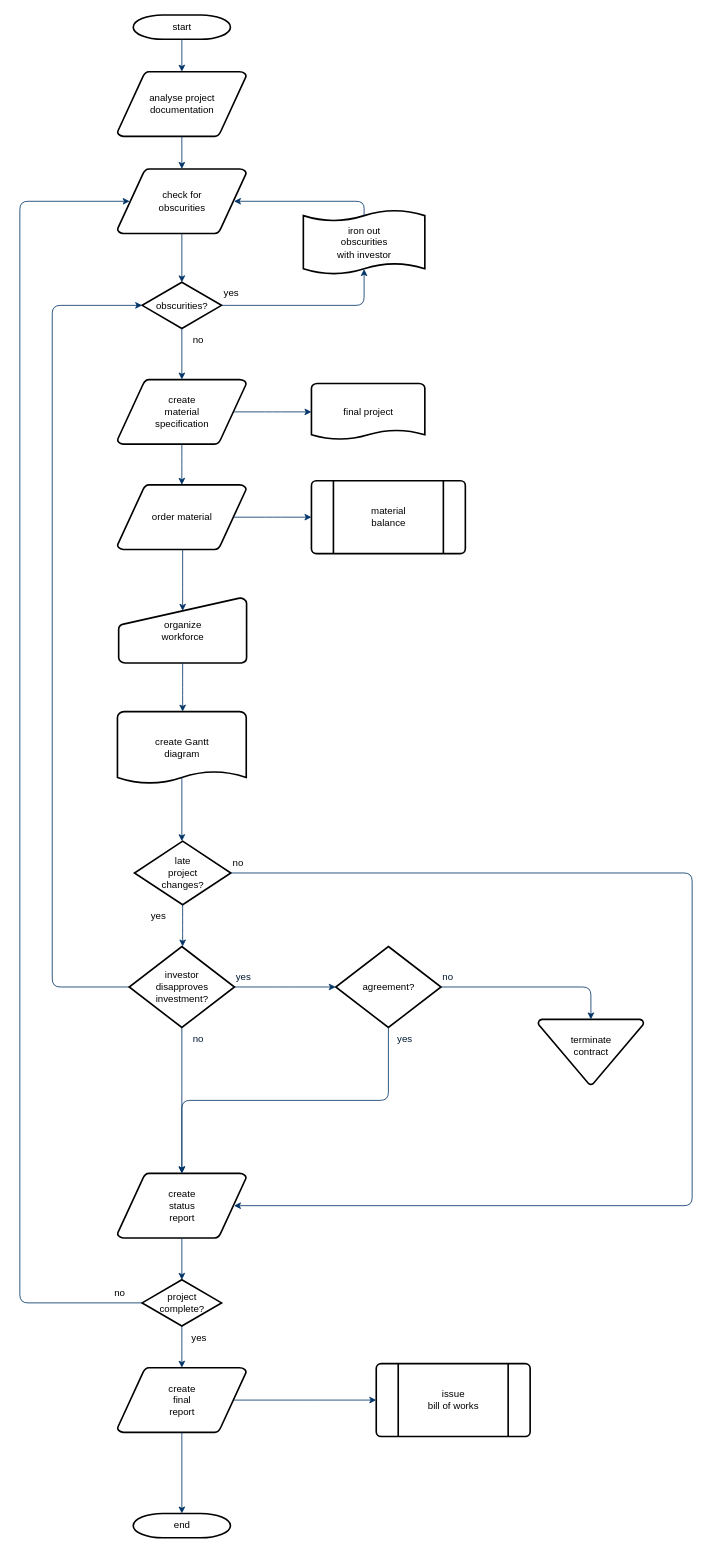
Before: Untitled Diagram.drawio in ChrisMachinjiri/ChrisMachinjiri, a draw.io diagram. Source tidied: cells renumbered, new cells numbered last; positions are measured from the earlier drawing's top-left corner, leaving out a move shared by most shapes. Both pictures are drawn from the tidied source at 81%, with x=0, y=0 at pixel (19, 15).
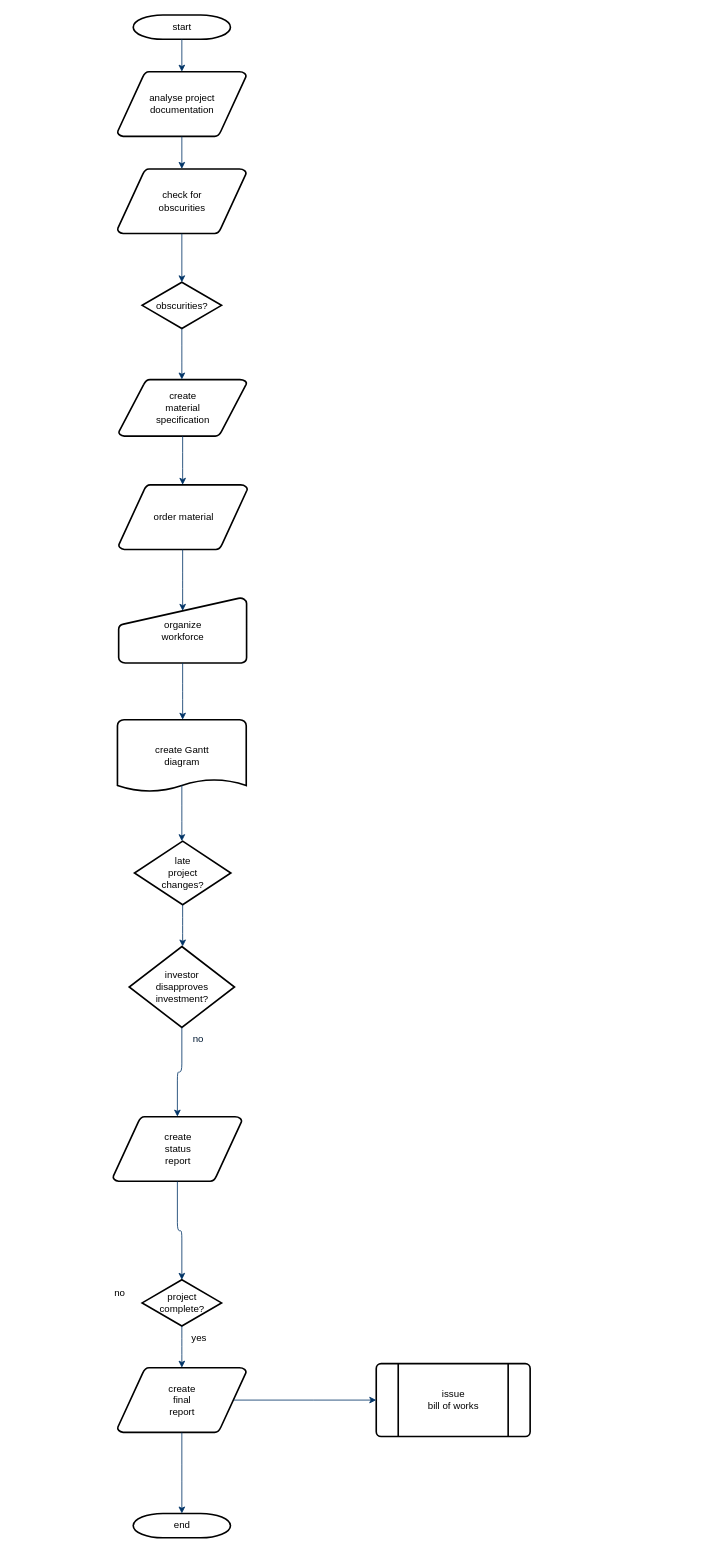
After the change.

Unchanged cells that the change refers to:
```xml
<mxCell id="5" value="check for&#10;obscurities" style="shape=mxgraph.flowchart.data;strokeWidth=2;gradientColor=none;gradientDirection=north;fontStyle=0;html=1;" parent="1" vertex="1">
  <mxGeometry x="120.5" y="190" width="159" height="80" as="geometry" />
</mxCell>
<mxCell id="6" value="obscurities?" style="shape=mxgraph.flowchart.decision;strokeWidth=2;gradientColor=none;gradientDirection=north;fontStyle=0;html=1;" parent="1" vertex="1">
  <mxGeometry x="151" y="330" width="98" height="57" as="geometry" />
</mxCell>
<mxCell id="24" value="late&#10;project&#10;changes?" style="shape=mxgraph.flowchart.decision;strokeWidth=2;gradientColor=none;gradientDirection=north;fontStyle=0;html=1;" parent="1" vertex="1">
  <mxGeometry x="141.5" y="1020" width="119" height="78.5" as="geometry" />
</mxCell>
<mxCell id="28" value="investor&#10;disapproves&#10; investment?" style="shape=mxgraph.flowchart.decision;strokeWidth=2;gradientColor=none;gradientDirection=north;fontStyle=0;html=1;" parent="1" vertex="1">
  <mxGeometry x="135" y="1150" width="130" height="100" as="geometry" />
</mxCell>
<mxCell id="37" value="project&#10;complete?" style="shape=mxgraph.flowchart.decision;strokeWidth=2;gradientColor=none;gradientDirection=north;fontStyle=0;html=1;" parent="1" vertex="1">
  <mxGeometry x="151" y="1561.5" width="98" height="57" as="geometry" />
</mxCell>
```

Change to the diagram source:
```diff
@@
     <mxCell id="4" value="create&#10;material&#10;specification" style="shape=mxgraph.flowchart.data;strokeWidth=2;gradientColor=none;gradientDirection=north;fontStyle=0;html=1;" parent="1" vertex="1">
-      <mxGeometry x="120.5" y="450" width="159" height="80" as="geometry" />
+      <mxGeometry x="122" y="450" width="158" height="70" as="geometry" />
     </mxCell>
@@
-    <mxCell id="10" style="edgeStyle=elbowEdgeStyle;elbow=horizontal;entryX=0.5;entryY=0.91;entryPerimeter=0;exitX=1;exitY=0.5;exitPerimeter=0;fontStyle=1;strokeColor=#003366;strokeWidth=1;html=1;" parent="1" edge="1" source="6" target="51">
-      <mxGeometry x="381" y="28.5" as="geometry">
-        <Array as="points">
-          <mxPoint x="425" y="340" />
-        </Array>
-      </mxGeometry>
-    </mxCell>
-    <mxCell id="11" value="yes" style="text;fontStyle=0;html=1;strokeColor=none;gradientColor=none;fillColor=none;strokeWidth=2;" parent="1" vertex="1">
-      <mxGeometry x="250" y="330" width="40" height="26" as="geometry" />
-    </mxCell>
@@
     <mxCell id="13" value="order material" style="shape=mxgraph.flowchart.data;strokeWidth=2;gradientColor=none;gradientDirection=north;fontStyle=0;html=1;" parent="1" vertex="1">
-      <mxGeometry x="120.5" y="580" width="159" height="80" as="geometry" />
+      <mxGeometry x="122" y="580" width="159" height="80" as="geometry" />
     </mxCell>
-    <mxCell id="14" value="no" style="text;fontStyle=0;html=1;strokeColor=none;gradientColor=none;fillColor=none;strokeWidth=2;align=center;" parent="1" vertex="1">
-      <mxGeometry x="200" y="387" width="40" height="26" as="geometry" />
-    </mxCell>
-    <mxCell id="15" value="final project" style="shape=mxgraph.flowchart.document;strokeWidth=2;gradientColor=none;gradientDirection=north;fontStyle=0;html=1;" parent="1" vertex="1">
-      <mxGeometry x="360" y="455" width="140" height="70" as="geometry" />
-    </mxCell>
-    <mxCell id="16" style="edgeStyle=elbowEdgeStyle;elbow=horizontal;exitX=0.905;exitY=0.5;exitPerimeter=0;fontStyle=1;strokeColor=#003366;strokeWidth=1;html=1;" parent="1" edge="1" source="4" target="15">
-      <mxGeometry as="geometry" />
-    </mxCell>
@@
-    <mxCell id="18" value="material&#10;balance" style="shape=mxgraph.flowchart.predefined_process;strokeWidth=2;gradientColor=none;gradientDirection=north;fontStyle=0;html=1;" parent="1" vertex="1">
-      <mxGeometry x="360" y="575" width="190" height="90" as="geometry" />
-    </mxCell>
-    <mxCell id="19" style="edgeStyle=elbowEdgeStyle;elbow=horizontal;exitX=0.905;exitY=0.5;exitPerimeter=0;fontStyle=1;strokeColor=#003366;strokeWidth=1;html=1;" parent="1" edge="1" source="13" target="18">
-      <mxGeometry as="geometry" />
-    </mxCell>
@@
     <mxCell id="22" value="create Gantt&#10;diagram" style="shape=mxgraph.flowchart.document;strokeWidth=2;gradientColor=none;gradientDirection=north;fontStyle=0;html=1;" parent="1" vertex="1">
-      <mxGeometry x="120.5" y="860" width="159" height="90" as="geometry" />
+      <mxGeometry x="120.5" y="870" width="159" height="90" as="geometry" />
     </mxCell>
@@
-    <mxCell id="26" style="edgeStyle=elbowEdgeStyle;elbow=horizontal;exitX=0;exitY=0.5;exitPerimeter=0;entryX=0;entryY=0.5;entryPerimeter=0;fontStyle=1;strokeColor=#003366;strokeWidth=1;html=1;" parent="1" edge="1" source="28" target="6">
-      <mxGeometry as="geometry">
-        <Array as="points">
-          <mxPoint x="40" y="790" />
-        </Array>
-      </mxGeometry>
-    </mxCell>
-    <mxCell id="27" value="yes" style="text;fontStyle=0;html=1;strokeColor=none;gradientColor=none;fillColor=none;strokeWidth=2;" parent="1" vertex="1">
-      <mxGeometry x="160" y="1098.5" width="40" height="26" as="geometry" />
-    </mxCell>
@@
-    <mxCell id="29" value="agreement?" style="shape=mxgraph.flowchart.decision;strokeWidth=2;gradientColor=none;gradientDirection=north;fontStyle=0;html=1;" parent="1" vertex="1">
-      <mxGeometry x="390" y="1150" width="130" height="100" as="geometry" />
-    </mxCell>
@@
-    <mxCell id="31" style="edgeStyle=elbowEdgeStyle;elbow=horizontal;exitX=1;exitY=0.5;exitPerimeter=0;entryX=0;entryY=0.5;entryPerimeter=0;fontStyle=1;strokeColor=#003366;strokeWidth=1;html=1;" parent="1" edge="1" source="28" target="29">
-      <mxGeometry as="geometry" />
-    </mxCell>
-    <mxCell id="32" value="terminate&#10;contract&#10;" style="shape=mxgraph.flowchart.merge_or_storage;strokeWidth=2;gradientColor=none;gradientDirection=north;fontStyle=0;html=1;" parent="1" vertex="1">
-      <mxGeometry x="640" y="1240" width="130" height="80.5" as="geometry" />
-    </mxCell>
-    <mxCell id="33" style="edgeStyle=elbowEdgeStyle;elbow=vertical;exitX=1;exitY=0.5;exitPerimeter=0;entryX=0.5;entryY=0;entryPerimeter=0;fontStyle=1;strokeColor=#003366;strokeWidth=1;html=1;" parent="1" edge="1" source="29" target="32">
-      <mxGeometry as="geometry">
-        <Array as="points">
-          <mxPoint x="620" y="1200" />
-        </Array>
-      </mxGeometry>
-    </mxCell>
     <mxCell id="34" value="create&#10;status&#10;report" style="shape=mxgraph.flowchart.data;strokeWidth=2;gradientColor=none;gradientDirection=north;fontStyle=0;html=1;" parent="1" vertex="1">
-      <mxGeometry x="120.5" y="1430" width="159" height="80" as="geometry" />
+      <mxGeometry x="115" y="1360" width="159" height="80" as="geometry" />
     </mxCell>
@@
-    <mxCell id="36" style="edgeStyle=elbowEdgeStyle;elbow=vertical;exitX=0.5;exitY=1;exitPerimeter=0;entryX=0.5;entryY=0;entryPerimeter=0;fontStyle=1;strokeColor=#003366;strokeWidth=1;html=1;" parent="1" edge="1" source="29" target="34">
-      <mxGeometry as="geometry" />
-    </mxCell>
@@
-    <mxCell id="45" style="edgeStyle=elbowEdgeStyle;elbow=horizontal;exitX=1;exitY=0.5;exitPerimeter=0;entryX=0.905;entryY=0.5;entryPerimeter=0;fontStyle=1;strokeColor=#003366;strokeWidth=1;html=1;" parent="1" edge="1" source="24" target="34">
-      <mxGeometry as="geometry">
-        <Array as="points">
-          <mxPoint x="830" y="1260" />
-        </Array>
-      </mxGeometry>
-    </mxCell>
-    <mxCell id="46" value="no" style="text;fontStyle=0;html=1;strokeColor=none;gradientColor=none;fillColor=none;strokeWidth=2;" parent="1" vertex="1">
-      <mxGeometry x="260.5" y="1033.2" width="40" height="26" as="geometry" />
-    </mxCell>
-    <mxCell id="47" value="yes" style="text;fontColor=#001933;fontStyle=0;html=1;strokeColor=none;gradientColor=none;fillColor=none;strokeWidth=2;" parent="1" vertex="1">
-      <mxGeometry x="265" y="1174" width="40" height="26" as="geometry" />
-    </mxCell>
@@
-    <mxCell id="49" value="yes" style="text;fontColor=#001933;fontStyle=0;html=1;strokeColor=none;gradientColor=none;fillColor=none;strokeWidth=2;align=center;" parent="1" vertex="1">
-      <mxGeometry x="455" y="1250" width="40" height="26" as="geometry" />
-    </mxCell>
-    <mxCell id="50" value="no" style="text;fontColor=#001933;fontStyle=0;html=1;strokeColor=none;gradientColor=none;fillColor=none;strokeWidth=2;" parent="1" vertex="1">
-      <mxGeometry x="520" y="1174" width="40" height="26" as="geometry" />
-    </mxCell>
-    <mxCell id="51" value="iron out&#10;obscurities &#10;with investor" style="shape=mxgraph.flowchart.paper_tape;strokeWidth=2;gradientColor=none;gradientDirection=north;fontStyle=0;html=1;" parent="1" vertex="1">
-      <mxGeometry x="350" y="240" width="150" height="81" as="geometry" />
-    </mxCell>
-    <mxCell id="52" style="edgeStyle=elbowEdgeStyle;elbow=horizontal;exitX=0.5;exitY=0.09;exitPerimeter=0;entryX=0.905;entryY=0.5;entryPerimeter=0;fontStyle=1;strokeColor=#003366;strokeWidth=1;html=1;" parent="1" edge="1" source="51" target="5">
-      <mxGeometry as="geometry">
-        <Array as="points">
-          <mxPoint x="425" y="240" />
-        </Array>
-      </mxGeometry>
-    </mxCell>
@@
-    <mxCell id="54" style="edgeStyle=elbowEdgeStyle;elbow=horizontal;exitX=0;exitY=0.5;exitPerimeter=0;entryX=0.095;entryY=0.5;entryPerimeter=0;fontStyle=1;strokeColor=#003366;strokeWidth=1;html=1;" parent="1" edge="1" source="37" target="5">
-      <mxGeometry as="geometry">
-        <Array as="points">
-          <mxPoint y="910" />
-        </Array>
-      </mxGeometry>
-    </mxCell>
```
